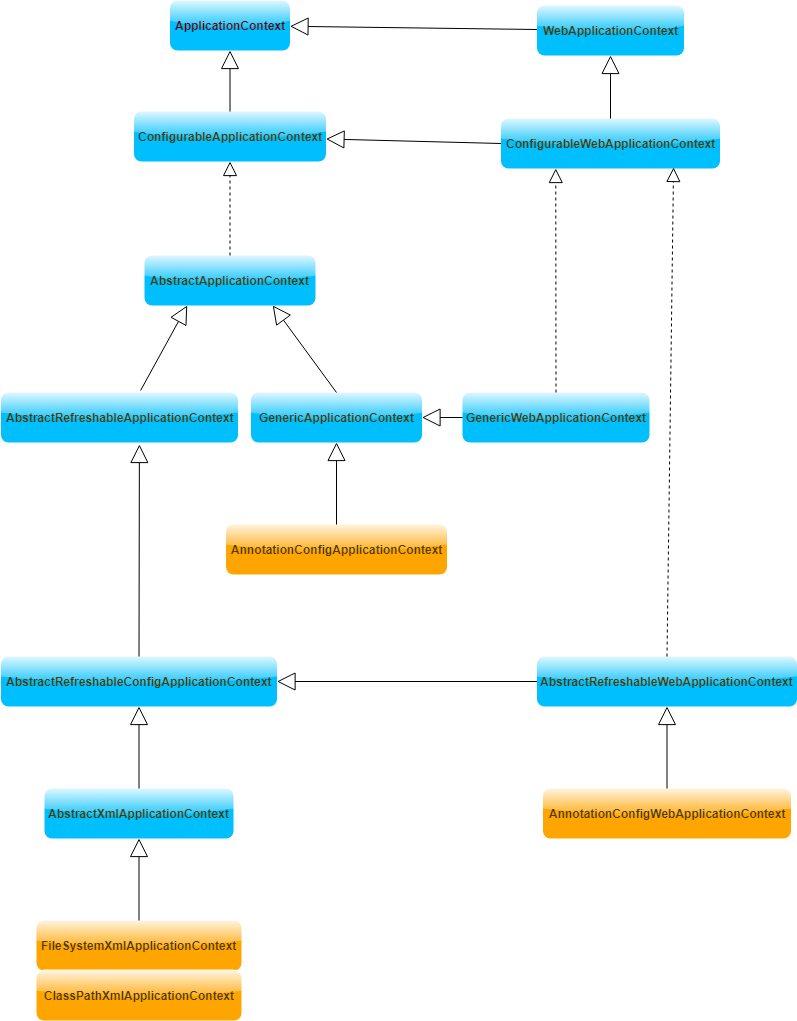
lbzhello/blog keeps this draw.io diagram as img/spring/ioc/application-context-1.png. Above is the earlier version. Source tidied: cells renumbered, new cells last; positions are measured from the earlier drawing's top-left corner, leaving out a move shared by most shapes.
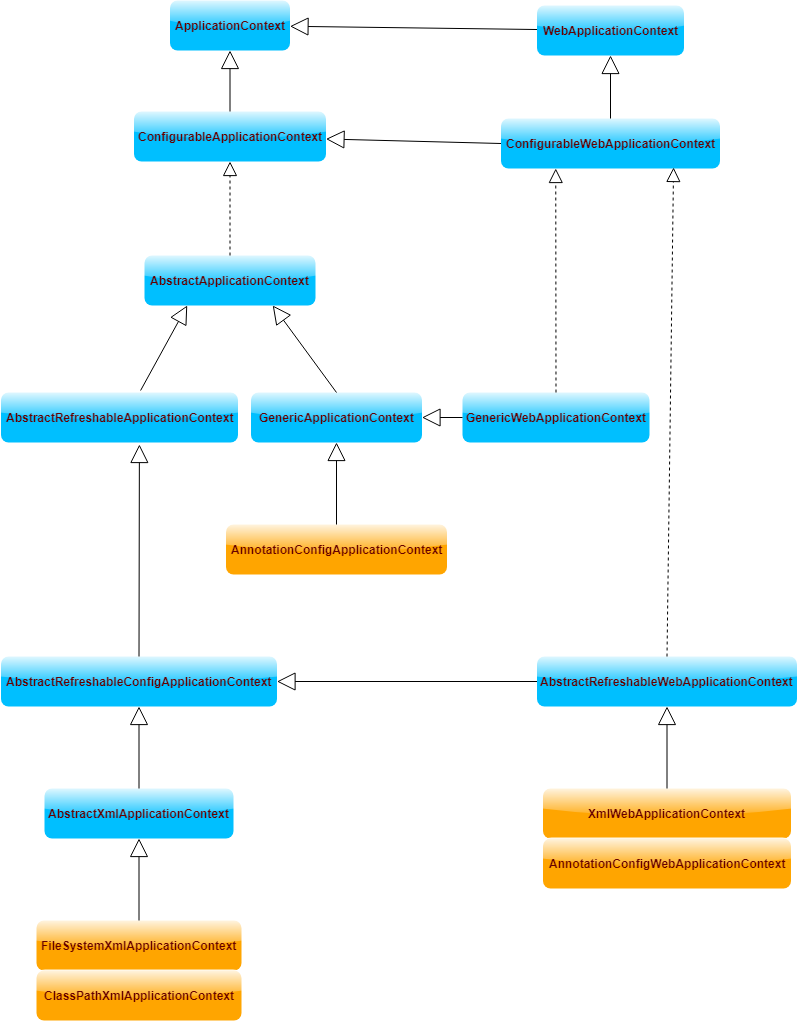
The same diagram one commit later.

The edit, as a diff of the source:
```diff
@@ -5,22 +5,22 @@
     <mxCell id="2" value="&lt;b&gt;&lt;font color=&quot;#660000&quot;&gt;ApplicationContext&lt;/font&gt;&lt;/b&gt;" style="html=1;fillColor=#00bfff;strokeColor=none;glass=1;rounded=1;comic=0;" parent="1" vertex="1">
       <mxGeometry x="168.5" width="120" height="50" as="geometry" />
     </mxCell>
-    <mxCell id="3" value="&lt;b&gt;&lt;font color=&quot;#4d3900&quot;&gt;ConfigurableApplicationContext&lt;/font&gt;&lt;/b&gt;" style="html=1;fillColor=#00bfff;strokeColor=none;glass=1;rounded=1;comic=0;" parent="1" vertex="1">
+    <mxCell id="3" value="&lt;b&gt;&lt;font color=&quot;#660000&quot;&gt;ConfigurableApplicationContext&lt;/font&gt;&lt;/b&gt;" style="html=1;fillColor=#00bfff;strokeColor=none;glass=1;rounded=1;comic=0;" parent="1" vertex="1">
       <mxGeometry x="132.5" y="111" width="192" height="50" as="geometry" />
     </mxCell>
     <mxCell id="4" style="endArrow=block;endSize=16;endFill=0;html=1;entryX=0.5;entryY=1;entryDx=0;entryDy=0;exitX=0.5;exitY=0;exitDx=0;exitDy=0;" parent="1" edge="1" source="3" target="2">
       <mxGeometry relative="1" as="geometry" />
     </mxCell>
-    <mxCell id="5" value="&lt;b&gt;&lt;font color=&quot;#4d3900&quot;&gt;WebApplicationContext&lt;/font&gt;&lt;/b&gt;" style="html=1;fillColor=#00bfff;strokeColor=none;glass=1;rounded=1;comic=0;" parent="1" vertex="1">
+    <mxCell id="5" value="&lt;b&gt;&lt;font color=&quot;#660000&quot;&gt;WebApplicationContext&lt;/font&gt;&lt;/b&gt;" style="html=1;fillColor=#00bfff;strokeColor=none;glass=1;rounded=1;comic=0;" parent="1" vertex="1">
       <mxGeometry x="535.5" y="5" width="147" height="50" as="geometry" />
     </mxCell>
     <mxCell id="6" style="endArrow=block;endSize=16;endFill=0;html=1;" parent="1" edge="1" source="5" target="2">
       <mxGeometry relative="1" as="geometry" />
     </mxCell>
-    <mxCell id="7" value="&lt;b&gt;&lt;font color=&quot;#4d3900&quot;&gt;AbstractApplicationContext&lt;/font&gt;&lt;/b&gt;" style="html=1;fillColor=#00bfff;strokeColor=none;glass=1;rounded=1;comic=0;" parent="1" vertex="1">
+    <mxCell id="7" value="&lt;b&gt;&lt;font color=&quot;#660000&quot;&gt;AbstractApplicationContext&lt;/font&gt;&lt;/b&gt;" style="html=1;fillColor=#00bfff;strokeColor=none;glass=1;rounded=1;comic=0;" parent="1" vertex="1">
       <mxGeometry x="143" y="255" width="171" height="50" as="geometry" />
     </mxCell>
-    <mxCell id="8" value="&lt;b&gt;&lt;font color=&quot;#4d3900&quot;&gt;ConfigurableWebApplicationContext&lt;/font&gt;&lt;/b&gt;" style="html=1;fillColor=#00bfff;strokeColor=none;glass=1;rounded=1;comic=0;" parent="1" vertex="1">
+    <mxCell id="8" value="&lt;b&gt;&lt;font color=&quot;#660000&quot;&gt;ConfigurableWebApplicationContext&lt;/font&gt;&lt;/b&gt;" style="html=1;fillColor=#00bfff;strokeColor=none;glass=1;rounded=1;comic=0;" parent="1" vertex="1">
       <mxGeometry x="499.5" y="118" width="219" height="50" as="geometry" />
     </mxCell>
     <mxCell id="9" style="endArrow=block;endSize=16;endFill=0;html=1;entryX=0.5;entryY=1;entryDx=0;entryDy=0;" parent="1" edge="1" source="8" target="5">
@@ -32,19 +32,19 @@
     <mxCell id="11" style="endArrow=block;dashed=1;endFill=0;endSize=12;html=1;entryX=0.5;entryY=1;entryDx=0;entryDy=0;" parent="1" edge="1" source="7" target="3">
       <mxGeometry relative="1" as="geometry" />
     </mxCell>
-    <mxCell id="12" value="&lt;b&gt;&lt;font color=&quot;#4d3900&quot;&gt;AbstractRefreshableApplicationContext&lt;/font&gt;&lt;/b&gt;" style="html=1;fillColor=#00bfff;strokeColor=none;glass=1;rounded=1;comic=0;" parent="1" vertex="1">
+    <mxCell id="12" value="&lt;b&gt;&lt;font color=&quot;#660000&quot;&gt;AbstractRefreshableApplicationContext&lt;/font&gt;&lt;/b&gt;" style="html=1;fillColor=#00bfff;strokeColor=none;glass=1;rounded=1;comic=0;" parent="1" vertex="1">
       <mxGeometry x="-0.5" y="392" width="237" height="50" as="geometry" />
     </mxCell>
     <mxCell id="13" style="endArrow=block;endSize=16;endFill=0;html=1;exitX=0.589;exitY=-0.04;exitDx=0;exitDy=0;entryX=0.25;entryY=1;entryDx=0;entryDy=0;exitPerimeter=0;" parent="1" edge="1" source="12" target="7">
       <mxGeometry relative="1" as="geometry" />
     </mxCell>
-    <mxCell id="14" value="&lt;b&gt;&lt;font color=&quot;#4d3900&quot;&gt;GenericApplicationContext&lt;/font&gt;&lt;/b&gt;" style="html=1;fillColor=#00bfff;strokeColor=none;glass=1;rounded=1;comic=0;" parent="1" vertex="1">
+    <mxCell id="14" value="&lt;b&gt;&lt;font color=&quot;#660000&quot;&gt;GenericApplicationContext&lt;/font&gt;&lt;/b&gt;" style="html=1;fillColor=#00bfff;strokeColor=none;glass=1;rounded=1;comic=0;" parent="1" vertex="1">
       <mxGeometry x="249.5" y="392" width="171" height="50" as="geometry" />
     </mxCell>
     <mxCell id="15" style="endArrow=block;endSize=16;endFill=0;html=1;entryX=0.75;entryY=1;entryDx=0;entryDy=0;exitX=0.5;exitY=0;exitDx=0;exitDy=0;" parent="1" edge="1" source="14" target="7">
       <mxGeometry relative="1" as="geometry" />
     </mxCell>
-    <mxCell id="16" value="&lt;b&gt;&lt;font color=&quot;#4d3900&quot;&gt;AbstractRefreshableWebApplicationContext&lt;/font&gt;&lt;/b&gt;" style="html=1;fillColor=#00bfff;strokeColor=none;glass=1;rounded=1;comic=0;" parent="1" vertex="1">
+    <mxCell id="16" value="&lt;b&gt;&lt;font color=&quot;#660000&quot;&gt;AbstractRefreshableWebApplicationContext&lt;/font&gt;&lt;/b&gt;" style="html=1;fillColor=#00bfff;strokeColor=none;glass=1;rounded=1;comic=0;" parent="1" vertex="1">
       <mxGeometry x="535.5" y="656" width="260" height="50" as="geometry" />
     </mxCell>
     <mxCell id="17" style="endArrow=block;dashed=1;endFill=0;endSize=12;html=1;entryX=0.788;entryY=0.98;entryDx=0;entryDy=0;exitX=0.5;exitY=0;exitDx=0;exitDy=0;entryPerimeter=0;" parent="1" edge="1" source="16" target="8">
@@ -53,7 +53,7 @@
     <mxCell id="18" style="endArrow=block;endSize=16;endFill=0;html=1;entryX=1;entryY=0.5;entryDx=0;entryDy=0;exitX=0;exitY=0.5;exitDx=0;exitDy=0;" parent="1" edge="1" source="16" target="24">
       <mxGeometry relative="1" as="geometry" />
     </mxCell>
-    <mxCell id="19" value="&lt;b&gt;&lt;font color=&quot;#4d3900&quot;&gt;GenericWebApplicationContext&lt;/font&gt;&lt;/b&gt;" style="html=1;fillColor=#00bfff;strokeColor=none;glass=1;rounded=1;comic=0;" parent="1" vertex="1">
+    <mxCell id="19" value="&lt;b&gt;&lt;font color=&quot;#660000&quot;&gt;GenericWebApplicationContext&lt;/font&gt;&lt;/b&gt;" style="html=1;fillColor=#00bfff;strokeColor=none;glass=1;rounded=1;comic=0;" parent="1" vertex="1">
       <mxGeometry x="461" y="392" width="187" height="50" as="geometry" />
     </mxCell>
     <mxCell id="20" style="endArrow=block;dashed=1;endFill=0;endSize=12;html=1;entryX=0.25;entryY=1;entryDx=0;entryDy=0;exitX=0.5;exitY=0;exitDx=0;exitDy=0;" parent="1" edge="1" source="19" target="8">
@@ -62,38 +62,41 @@
     <mxCell id="21" style="endArrow=block;endSize=16;endFill=0;html=1;entryX=1;entryY=0.5;entryDx=0;entryDy=0;exitX=0;exitY=0.5;exitDx=0;exitDy=0;" parent="1" edge="1" source="19" target="14">
       <mxGeometry relative="1" as="geometry" />
     </mxCell>
-    <mxCell id="22" value="&lt;b&gt;&lt;font color=&quot;#4d3900&quot;&gt;AnnotationConfigApplicationContext&lt;/font&gt;&lt;/b&gt;" style="html=1;fillColor=#ffa500;strokeColor=none;glass=1;rounded=1;comic=0;gradientColor=none;" parent="1" vertex="1">
+    <mxCell id="22" value="&lt;b&gt;&lt;font color=&quot;#660000&quot;&gt;AnnotationConfigApplicationContext&lt;/font&gt;&lt;/b&gt;" style="html=1;fillColor=#ffa500;strokeColor=none;glass=1;rounded=1;comic=0;gradientColor=none;" parent="1" vertex="1">
       <mxGeometry x="224.5" y="524" width="221" height="50" as="geometry" />
     </mxCell>
     <mxCell id="23" style="endArrow=block;endSize=16;endFill=0;html=1;entryX=0.5;entryY=1;entryDx=0;entryDy=0;exitX=0.5;exitY=0;exitDx=0;exitDy=0;" parent="1" edge="1" source="22" target="14">
       <mxGeometry relative="1" as="geometry" />
     </mxCell>
-    <mxCell id="24" value="&lt;b&gt;&lt;font color=&quot;#4d3900&quot;&gt;AbstractRefreshableConfigApplicationContext&lt;/font&gt;&lt;/b&gt;" style="html=1;fillColor=#00bfff;strokeColor=none;glass=1;rounded=1;comic=0;" parent="1" vertex="1">
+    <mxCell id="24" value="&lt;b&gt;&lt;font color=&quot;#660000&quot;&gt;AbstractRefreshableConfigApplicationContext&lt;/font&gt;&lt;/b&gt;" style="html=1;fillColor=#00bfff;strokeColor=none;glass=1;rounded=1;comic=0;" parent="1" vertex="1">
       <mxGeometry x="-0.5" y="656" width="276" height="50" as="geometry" />
     </mxCell>
     <mxCell id="25" style="endArrow=block;endSize=16;endFill=0;html=1;entryX=0.584;entryY=1.04;entryDx=0;entryDy=0;exitX=0.5;exitY=0;exitDx=0;exitDy=0;entryPerimeter=0;" parent="1" edge="1" source="24" target="12">
       <mxGeometry relative="1" as="geometry" />
     </mxCell>
-    <mxCell id="26" value="&lt;b&gt;&lt;font color=&quot;#4d3900&quot;&gt;AbstractXmlApplicationContext&lt;/font&gt;&lt;/b&gt;" style="html=1;fillColor=#00bfff;strokeColor=none;glass=1;rounded=1;comic=0;" parent="1" vertex="1">
+    <mxCell id="26" value="&lt;b&gt;&lt;font color=&quot;#660000&quot;&gt;AbstractXmlApplicationContext&lt;/font&gt;&lt;/b&gt;" style="html=1;fillColor=#00bfff;strokeColor=none;glass=1;rounded=1;comic=0;" parent="1" vertex="1">
       <mxGeometry x="43" y="788" width="189" height="50" as="geometry" />
     </mxCell>
     <mxCell id="27" style="endArrow=block;endSize=16;endFill=0;html=1;exitX=0.5;exitY=0;exitDx=0;exitDy=0;" parent="1" edge="1" source="26" target="24">
       <mxGeometry relative="1" as="geometry" />
     </mxCell>
-    <mxCell id="28" value="&lt;b&gt;&lt;font color=&quot;#4d3900&quot;&gt;FileSystemXmlApplicationContext&lt;/font&gt;&lt;/b&gt;&lt;b&gt;&lt;br&gt;&lt;/b&gt;" style="html=1;fillColor=#ffa500;strokeColor=none;glass=1;rounded=1;comic=0;gradientColor=none;" parent="1" vertex="1">
+    <mxCell id="28" value="&lt;b&gt;&lt;font color=&quot;#660000&quot;&gt;FileSystemXmlApplicationContext&lt;/font&gt;&lt;/b&gt;&lt;b&gt;&lt;br&gt;&lt;/b&gt;" style="html=1;fillColor=#ffa500;strokeColor=none;glass=1;rounded=1;comic=0;gradientColor=none;" parent="1" vertex="1">
       <mxGeometry x="35" y="920" width="205" height="50" as="geometry" />
     </mxCell>
     <mxCell id="29" style="endArrow=block;endSize=16;endFill=0;html=1;entryX=0.5;entryY=1;entryDx=0;entryDy=0;" parent="1" edge="1" source="28" target="26">
       <mxGeometry relative="1" as="geometry" />
     </mxCell>
-    <mxCell id="30" value="&lt;b&gt;&lt;font color=&quot;#4d3900&quot;&gt;AnnotationConfigWebApplicationContext&lt;/font&gt;&lt;/b&gt;" style="html=1;fillColor=#ffa500;strokeColor=none;glass=1;rounded=1;comic=0;gradientColor=none;" parent="1" vertex="1">
+    <mxCell id="30" value="&lt;b&gt;&lt;font color=&quot;#660000&quot;&gt;XmlWebApplicationContext&lt;/font&gt;&lt;/b&gt;" style="html=1;fillColor=#ffa500;strokeColor=none;glass=1;rounded=1;comic=0;gradientColor=none;" parent="1" vertex="1">
       <mxGeometry x="541.5" y="788" width="248" height="50" as="geometry" />
     </mxCell>
     <mxCell id="31" style="endArrow=block;endSize=16;endFill=0;html=1;exitX=0.5;exitY=0;exitDx=0;exitDy=0;entryX=0.5;entryY=1;entryDx=0;entryDy=0;" parent="1" edge="1" source="30" target="16">
       <mxGeometry relative="1" as="geometry" />
     </mxCell>
-    <mxCell id="32" value="&lt;b&gt;&lt;font color=&quot;#4d3900&quot;&gt;ClassPathXmlApplicationContext&lt;/font&gt;&lt;/b&gt;" style="html=1;fillColor=#ffa500;strokeColor=none;glass=1;rounded=1;comic=0;gradientColor=none;" parent="1" vertex="1">
+    <mxCell id="32" value="&lt;b&gt;&lt;font color=&quot;#660000&quot;&gt;ClassPathXmlApplicationContext&lt;/font&gt;&lt;/b&gt;" style="html=1;fillColor=#ffa500;strokeColor=none;glass=1;rounded=1;comic=0;gradientColor=none;" parent="1" vertex="1">
       <mxGeometry x="35" y="970" width="205" height="50" as="geometry" />
     </mxCell>
+    <mxCell id="33" value="&lt;b&gt;&lt;font color=&quot;#660000&quot;&gt;AnnotationConfigWebApplicationContext&lt;/font&gt;&lt;/b&gt;" style="html=1;fillColor=#ffa500;strokeColor=none;glass=1;rounded=1;comic=0;gradientColor=none;" parent="1" vertex="1">
+      <mxGeometry x="541.5" y="838" width="248" height="50" as="geometry" />
+    </mxCell>
   </root>
 </mxGraphModel>
```
